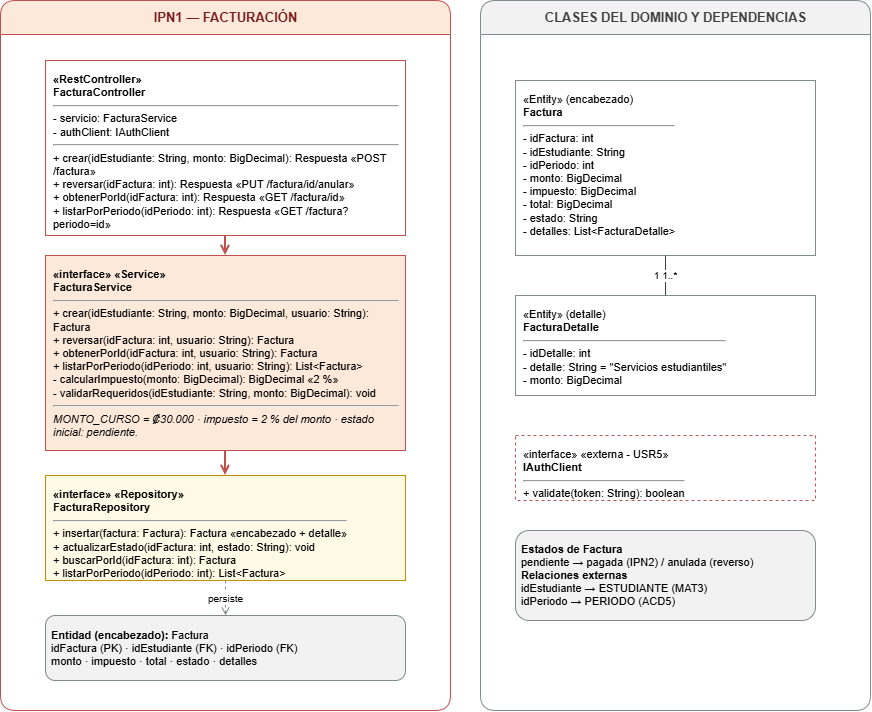
AskingManCode/MetaU keeps this draw.io diagram as Documentacion/Diagramas Generales/Clases/Microservicios/DiagramaClases_Facturacion.png. Above is the earlier version. Source tidied: cells renumbered, new cells last; positions are measured from the earlier drawing's top-left corner, leaving out a move shared by most shapes. The source it was exported from:
```xml
<mxGraphModel>
  <root>
    <mxCell id="0" />
    <mxCell id="1" parent="0" />
    <mxCell id="2" value="IPN1 — FACTURACIÓN" style="swimlane;html=1;startSize=34;horizontal=1;rounded=1;fillColor=#FDE9D9;swimlaneFillColor=#FFFFFF;strokeColor=#C0504D;fontColor=#7A1F1F;fontStyle=1;fontSize=13;" parent="1" vertex="1">
      <mxGeometry width="450" height="710" as="geometry" />
    </mxCell>
    <mxCell id="3" value="CLASES DEL DOMINIO Y DEPENDENCIAS" style="swimlane;html=1;startSize=34;horizontal=1;rounded=1;fillColor=#F2F2F2;swimlaneFillColor=#FFFFFF;strokeColor=#7F8C8D;fontColor=#404040;fontStyle=1;fontSize=13;" parent="1" vertex="1">
      <mxGeometry x="480" width="390" height="710" as="geometry" />
    </mxCell>
    <mxCell id="4" value="&lt;b&gt;&amp;laquo;RestController&amp;raquo;&lt;br&gt;FacturaController&lt;/b&gt;&lt;hr&gt;- servicio: FacturaService&lt;br&gt;- authClient: IAuthClient&lt;hr&gt;+ crear(idEstudiante: String, monto: BigDecimal): Respuesta  &amp;laquo;POST /factura&amp;raquo;&lt;br&gt;+ reversar(idFactura: int): Respuesta  &amp;laquo;PUT /factura/id/anular&amp;raquo;&lt;br&gt;+ obtenerPorId(idFactura: int): Respuesta  &amp;laquo;GET /factura/id&amp;raquo;&lt;br&gt;+ listarPorPeriodo(idPeriodo: int): Respuesta  &amp;laquo;GET /factura?periodo=id&amp;raquo;" style="rounded=0;whiteSpace=wrap;html=1;align=left;verticalAlign=top;spacing=8;fillColor=#FFFFFF;strokeColor=#C0504D;fontSize=11;" parent="1" vertex="1">
      <mxGeometry x="45" y="60" width="360" height="175" as="geometry" />
    </mxCell>
    <mxCell id="5" value="&lt;b&gt;&amp;laquo;interface&amp;raquo; &amp;laquo;Service&amp;raquo;&lt;br&gt;FacturaService&lt;/b&gt;&lt;hr&gt;+ crear(idEstudiante: String, monto: BigDecimal, usuario: String): Factura&lt;br&gt;+ reversar(idFactura: int, usuario: String): Factura&lt;br&gt;+ obtenerPorId(idFactura: int, usuario: String): Factura&lt;br&gt;+ listarPorPeriodo(idPeriodo: int, usuario: String): List&amp;lt;Factura&amp;gt;&lt;br&gt;- calcularImpuesto(monto: BigDecimal): BigDecimal  &amp;laquo;2 %&amp;raquo;&lt;br&gt;- validarRequeridos(idEstudiante: String, monto: BigDecimal): void&lt;hr&gt;&lt;i&gt;MONTO_CURSO = ₡30.000 · impuesto = 2 % del monto · estado inicial: pendiente.&lt;/i&gt;" style="rounded=0;whiteSpace=wrap;html=1;align=left;verticalAlign=top;spacing=8;fillColor=#FDE9D9;strokeColor=#C0504D;fontSize=11;" parent="1" vertex="1">
      <mxGeometry x="45" y="255" width="360" height="195" as="geometry" />
    </mxCell>
    <mxCell id="6" value="&lt;b&gt;&amp;laquo;interface&amp;raquo; &amp;laquo;Repository&amp;raquo;&lt;br&gt;FacturaRepository&lt;/b&gt;&lt;hr&gt;+ insertar(factura: Factura): Factura  &amp;laquo;encabezado + detalle&amp;raquo;&lt;br&gt;+ actualizarEstado(idFactura: int, estado: String): void&lt;br&gt;+ buscarPorId(idFactura: int): Factura&lt;br&gt;+ listarPorPeriodo(idPeriodo: int): List&amp;lt;Factura&amp;gt;" style="rounded=0;whiteSpace=wrap;html=1;align=left;verticalAlign=top;spacing=8;fillColor=#FFF9E6;strokeColor=#BF9000;fontSize=11;" parent="1" vertex="1">
      <mxGeometry x="45" y="475" width="360" height="105" as="geometry" />
    </mxCell>
    <mxCell id="7" value="&lt;b&gt;Entidad (encabezado):&lt;/b&gt; Factura&lt;br&gt;idFactura (PK) · idEstudiante (FK) · idPeriodo (FK)&lt;br&gt;monto · impuesto · total · estado · detalles" style="rounded=1;whiteSpace=wrap;html=1;fillColor=#F2F2F2;strokeColor=#7F8C8D;fontSize=11;align=left;spacing=6;" parent="1" vertex="1">
      <mxGeometry x="45" y="615" width="360" height="65" as="geometry" />
    </mxCell>
    <mxCell id="8" style="edgeStyle=orthogonalEdgeStyle;rounded=0;html=1;endArrow=open;endFill=0;strokeWidth=2;strokeColor=#C0504D;" parent="1" vertex="1" edge="1" source="4" target="5">
      <mxGeometry relative="1" as="geometry" />
    </mxCell>
    <mxCell id="9" style="edgeStyle=orthogonalEdgeStyle;rounded=0;html=1;endArrow=open;endFill=0;strokeWidth=2;strokeColor=#C0504D;" parent="1" vertex="1" edge="1" source="5" target="6">
      <mxGeometry relative="1" as="geometry" />
    </mxCell>
    <mxCell id="10" value="persiste" style="edgeStyle=orthogonalEdgeStyle;rounded=0;html=1;endArrow=open;endFill=0;dashed=1;strokeColor=#7F8C8D;fontSize=10;" parent="1" vertex="1" edge="1" source="6" target="7">
      <mxGeometry relative="1" as="geometry" />
    </mxCell>
    <mxCell id="11" value="&amp;laquo;Entity&amp;raquo; (encabezado)&lt;br&gt;&lt;b&gt;Factura&lt;/b&gt;&lt;hr&gt;- idFactura: int&lt;br&gt;- idEstudiante: String&lt;br&gt;- idPeriodo: int&lt;br&gt;- monto: BigDecimal&lt;br&gt;- impuesto: BigDecimal&lt;br&gt;- total: BigDecimal&lt;br&gt;- estado: String&lt;br&gt;- detalles: List&amp;lt;FacturaDetalle&amp;gt;" style="rounded=0;whiteSpace=wrap;html=1;align=left;verticalAlign=top;spacing=8;fillColor=#FFFFFF;strokeColor=#7F8C8D;fontSize=11;" parent="1" vertex="1">
      <mxGeometry x="515" y="80" width="300" height="175" as="geometry" />
    </mxCell>
    <mxCell id="12" value="&amp;laquo;Entity&amp;raquo; (detalle)&lt;br&gt;&lt;b&gt;FacturaDetalle&lt;/b&gt;&lt;hr&gt;- idDetalle: int&lt;br&gt;- detalle: String = &amp;quot;Servicios estudiantiles&amp;quot;&lt;br&gt;- monto: BigDecimal" style="rounded=0;whiteSpace=wrap;html=1;align=left;verticalAlign=top;spacing=8;fillColor=#FFFFFF;strokeColor=#7F8C8D;fontSize=11;" parent="1" vertex="1">
      <mxGeometry x="515" y="295" width="300" height="100" as="geometry" />
    </mxCell>
    <mxCell id="13" value="1        1..*" style="edgeStyle=orthogonalEdgeStyle;rounded=0;html=1;endArrow=none;startArrow=none;strokeColor=#404040;fontSize=10;" parent="1" vertex="1" edge="1" source="11" target="12">
      <mxGeometry relative="1" as="geometry" />
    </mxCell>
    <mxCell id="14" value="&amp;laquo;interface&amp;raquo; &amp;laquo;externa - USR5&amp;raquo;&lt;br&gt;&lt;b&gt;IAuthClient&lt;/b&gt;&lt;hr&gt;+ validate(token: String): boolean" style="rounded=0;whiteSpace=wrap;html=1;align=left;verticalAlign=top;spacing=8;dashed=1;fillColor=#FFFFFF;strokeColor=#C0504D;fontSize=11;" parent="1" vertex="1">
      <mxGeometry x="515" y="435" width="300" height="65" as="geometry" />
    </mxCell>
    <mxCell id="15" value="&lt;b&gt;Estados de Factura&lt;/b&gt;&lt;br&gt;pendiente → pagada (IPN2) / anulada (reverso)&lt;br&gt;&lt;b&gt;Relaciones externas&lt;/b&gt;&lt;br&gt;idEstudiante → ESTUDIANTE (MAT3)&lt;br&gt;idPeriodo → PERIODO (ACD5)" style="rounded=1;whiteSpace=wrap;html=1;fillColor=#F2F2F2;strokeColor=#7F8C8D;fontSize=11;align=left;spacing=6;" parent="1" vertex="1">
      <mxGeometry x="515" y="530" width="300" height="90" as="geometry" />
    </mxCell>
  </root>
</mxGraphModel>
```
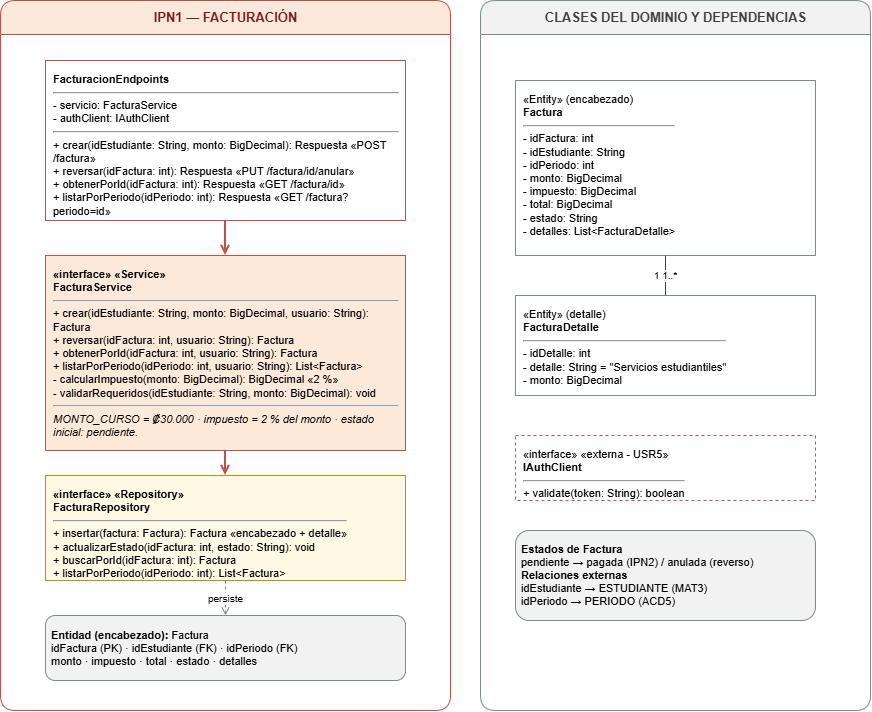
Above is the later version.

Commit message:
fix(diagramas): usar Endpoints en vez de Controller, HU IPN1 (#21)

Change to the diagram source:
```diff
@@ -8,8 +8,8 @@
     <mxCell id="3" value="CLASES DEL DOMINIO Y DEPENDENCIAS" style="swimlane;html=1;startSize=34;horizontal=1;rounded=1;fillColor=#F2F2F2;swimlaneFillColor=#FFFFFF;strokeColor=#7F8C8D;fontColor=#404040;fontStyle=1;fontSize=13;" parent="1" vertex="1">
       <mxGeometry x="480" width="390" height="710" as="geometry" />
     </mxCell>
-    <mxCell id="4" value="&lt;b&gt;&amp;laquo;RestController&amp;raquo;&lt;br&gt;FacturaController&lt;/b&gt;&lt;hr&gt;- servicio: FacturaService&lt;br&gt;- authClient: IAuthClient&lt;hr&gt;+ crear(idEstudiante: String, monto: BigDecimal): Respuesta  &amp;laquo;POST /factura&amp;raquo;&lt;br&gt;+ reversar(idFactura: int): Respuesta  &amp;laquo;PUT /factura/id/anular&amp;raquo;&lt;br&gt;+ obtenerPorId(idFactura: int): Respuesta  &amp;laquo;GET /factura/id&amp;raquo;&lt;br&gt;+ listarPorPeriodo(idPeriodo: int): Respuesta  &amp;laquo;GET /factura?periodo=id&amp;raquo;" style="rounded=0;whiteSpace=wrap;html=1;align=left;verticalAlign=top;spacing=8;fillColor=#FFFFFF;strokeColor=#C0504D;fontSize=11;" parent="1" vertex="1">
-      <mxGeometry x="45" y="60" width="360" height="175" as="geometry" />
+    <mxCell id="4" value="&lt;b&gt;FacturacionEndpoints&lt;/b&gt;&lt;hr&gt;- servicio: FacturaService&lt;br&gt;- authClient: IAuthClient&lt;hr&gt;+ crear(idEstudiante: String, monto: BigDecimal): Respuesta  &amp;laquo;POST /factura&amp;raquo;&lt;br&gt;+ reversar(idFactura: int): Respuesta  &amp;laquo;PUT /factura/id/anular&amp;raquo;&lt;br&gt;+ obtenerPorId(idFactura: int): Respuesta  &amp;laquo;GET /factura/id&amp;raquo;&lt;br&gt;+ listarPorPeriodo(idPeriodo: int): Respuesta  &amp;laquo;GET /factura?periodo=id&amp;raquo;" style="rounded=0;whiteSpace=wrap;html=1;align=left;verticalAlign=top;spacing=8;fillColor=#FFFFFF;strokeColor=#C0504D;fontSize=11;" parent="1" vertex="1">
+      <mxGeometry x="45" y="60" width="360" height="160" as="geometry" />
     </mxCell>
     <mxCell id="5" value="&lt;b&gt;&amp;laquo;interface&amp;raquo; &amp;laquo;Service&amp;raquo;&lt;br&gt;FacturaService&lt;/b&gt;&lt;hr&gt;+ crear(idEstudiante: String, monto: BigDecimal, usuario: String): Factura&lt;br&gt;+ reversar(idFactura: int, usuario: String): Factura&lt;br&gt;+ obtenerPorId(idFactura: int, usuario: String): Factura&lt;br&gt;+ listarPorPeriodo(idPeriodo: int, usuario: String): List&amp;lt;Factura&amp;gt;&lt;br&gt;- calcularImpuesto(monto: BigDecimal): BigDecimal  &amp;laquo;2 %&amp;raquo;&lt;br&gt;- validarRequeridos(idEstudiante: String, monto: BigDecimal): void&lt;hr&gt;&lt;i&gt;MONTO_CURSO = ₡30.000 · impuesto = 2 % del monto · estado inicial: pendiente.&lt;/i&gt;" style="rounded=0;whiteSpace=wrap;html=1;align=left;verticalAlign=top;spacing=8;fillColor=#FDE9D9;strokeColor=#C0504D;fontSize=11;" parent="1" vertex="1">
       <mxGeometry x="45" y="255" width="360" height="195" as="geometry" />
```
